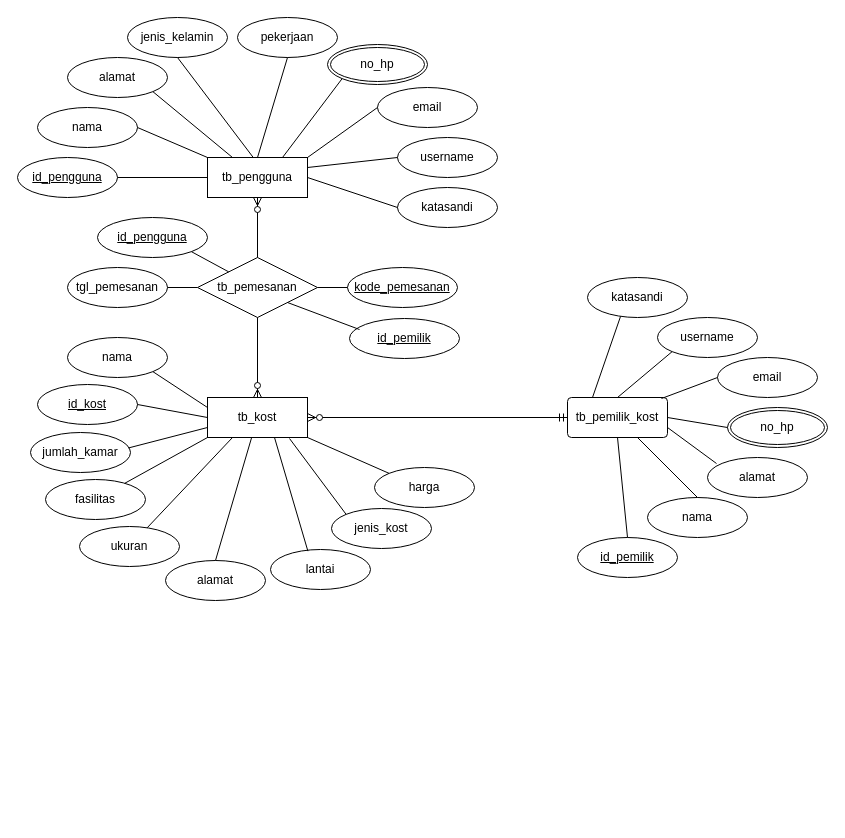
This is desain/erd brokost.drawio from fajar1976/brokost, a draw.io file, before an edit. Source tidied: cells renumbered, new cells numbered last; positions are measured from the earlier drawing's top-left corner, leaving out a move shared by most shapes. Both pictures are drawn from the tidied source at 100%, with x=0, y=0 at pixel (17, 17).
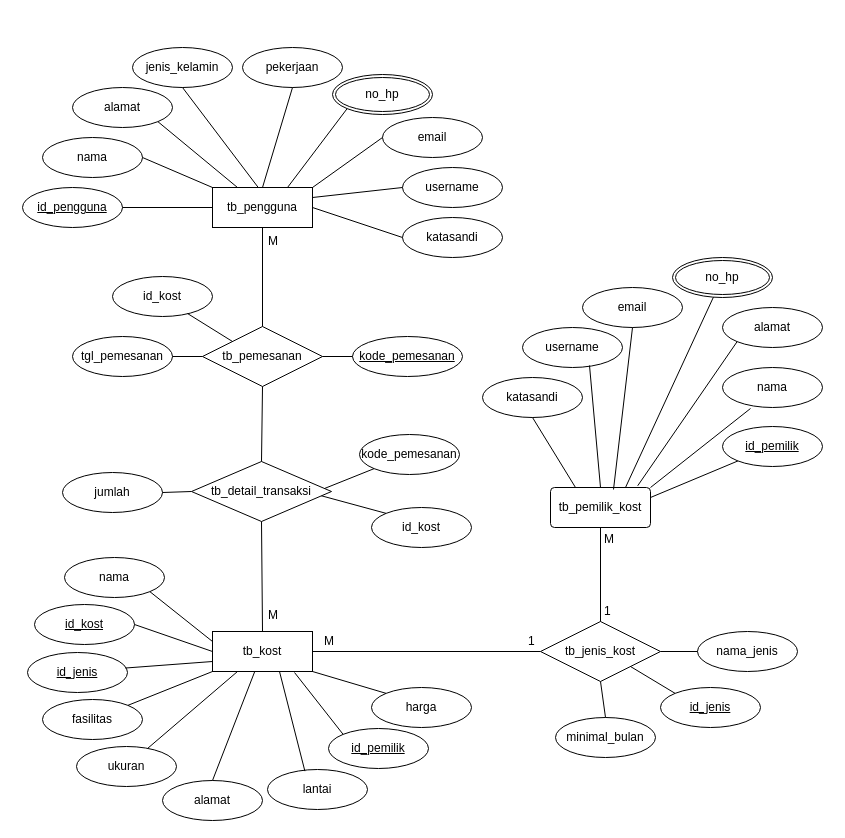
Above is the later version.

Commit message (it also covers changes not shown here):
pembuatan erd dan  tabel  02112022

The edit, as a diff of the source:
```diff
@@
     <mxCell id="2" value="tb_pengguna" style="whiteSpace=wrap;html=1;align=center;" parent="1" vertex="1">
-      <mxGeometry x="190" y="140" width="100" height="40" as="geometry" />
+      <mxGeometry x="195" y="170" width="100" height="40" as="geometry" />
     </mxCell>
     <mxCell id="3" value="&lt;u&gt;id_pengguna&lt;/u&gt;" style="ellipse;whiteSpace=wrap;html=1;align=center;" parent="1" vertex="1">
-      <mxGeometry y="140" width="100" height="40" as="geometry" />
+      <mxGeometry x="5" y="170" width="100" height="40" as="geometry" />
     </mxCell>
     <mxCell id="4" value="&lt;span&gt;nama&lt;/span&gt;" style="ellipse;whiteSpace=wrap;html=1;align=center;strokeColor=default;fontStyle=0;" parent="1" vertex="1">
-      <mxGeometry x="20" y="90" width="100" height="40" as="geometry" />
+      <mxGeometry x="25" y="120" width="100" height="40" as="geometry" />
     </mxCell>
     <mxCell id="5" value="&lt;span&gt;alamat&lt;/span&gt;" style="ellipse;whiteSpace=wrap;html=1;align=center;fontStyle=0;" parent="1" vertex="1">
-      <mxGeometry x="50" y="40" width="100" height="40" as="geometry" />
+      <mxGeometry x="55" y="70" width="100" height="40" as="geometry" />
     </mxCell>
     <mxCell id="6" value="&lt;span&gt;email&lt;/span&gt;" style="ellipse;whiteSpace=wrap;html=1;align=center;fontStyle=0;" parent="1" vertex="1">
-      <mxGeometry x="360" y="70" width="100" height="40" as="geometry" />
+      <mxGeometry x="365" y="100" width="100" height="40" as="geometry" />
     </mxCell>
     <mxCell id="7" value="no_hp" style="ellipse;shape=doubleEllipse;margin=3;whiteSpace=wrap;html=1;align=center;fontStyle=0;" parent="1" vertex="1">
-      <mxGeometry x="310" y="27" width="100" height="40" as="geometry" />
+      <mxGeometry x="315" y="57" width="100" height="40" as="geometry" />
     </mxCell>
     <mxCell id="8" value="&lt;span&gt;katasandi&lt;/span&gt;" style="ellipse;whiteSpace=wrap;html=1;align=center;fontStyle=0;" parent="1" vertex="1">
-      <mxGeometry x="380" y="170" width="100" height="40" as="geometry" />
+      <mxGeometry x="385" y="200" width="100" height="40" as="geometry" />
     </mxCell>
     <mxCell id="9" value="&lt;span&gt;username&lt;/span&gt;" style="ellipse;whiteSpace=wrap;html=1;align=center;fontStyle=0;" parent="1" vertex="1">
-      <mxGeometry x="380" y="120" width="100" height="40" as="geometry" />
+      <mxGeometry x="385" y="150" width="100" height="40" as="geometry" />
     </mxCell>
     <mxCell id="10" value="&lt;span&gt;pekerjaan&lt;/span&gt;" style="ellipse;whiteSpace=wrap;html=1;align=center;fontStyle=0;" parent="1" vertex="1">
-      <mxGeometry x="220" width="100" height="40" as="geometry" />
+      <mxGeometry x="225" y="30" width="100" height="40" as="geometry" />
     </mxCell>
     <mxCell id="11" value="&lt;span&gt;jenis_kelamin&lt;/span&gt;" style="ellipse;whiteSpace=wrap;html=1;align=center;fontStyle=0;" parent="1" vertex="1">
-      <mxGeometry x="110" width="100" height="40" as="geometry" />
+      <mxGeometry x="115" y="30" width="100" height="40" as="geometry" />
     </mxCell>
     <mxCell id="12" value="tb_pemesanan" style="shape=rhombus;perimeter=rhombusPerimeter;whiteSpace=wrap;html=1;align=center;strokeColor=default;" parent="1" vertex="1">
-      <mxGeometry x="180" y="240" width="120" height="60" as="geometry" />
+      <mxGeometry x="185" y="309" width="120" height="60" as="geometry" />
     </mxCell>
     <mxCell id="13" value="tb_kost" style="whiteSpace=wrap;html=1;align=center;strokeColor=default;" parent="1" vertex="1">
-      <mxGeometry x="190" y="380" width="100" height="40" as="geometry" />
+      <mxGeometry x="195" y="614" width="100" height="40" as="geometry" />
     </mxCell>
     <mxCell id="14" value="id_kost" style="ellipse;whiteSpace=wrap;html=1;align=center;strokeColor=default;fontStyle=4;" parent="1" vertex="1">
-      <mxGeometry x="20" y="367" width="100" height="40" as="geometry" />
+      <mxGeometry x="17" y="587" width="100" height="40" as="geometry" />
     </mxCell>
     <mxCell id="15" value="tb_pemilik_kost" style="rounded=1;arcSize=10;whiteSpace=wrap;html=1;align=center;strokeColor=default;" parent="1" vertex="1">
-      <mxGeometry x="550" y="380" width="100" height="40" as="geometry" />
+      <mxGeometry x="533" y="470" width="100" height="40" as="geometry" />
     </mxCell>
-    <mxCell id="16" value="jumlah_kamar" style="ellipse;whiteSpace=wrap;html=1;align=center;strokeColor=default;" parent="1" vertex="1">
-      <mxGeometry x="13" y="415" width="100" height="40" as="geometry" />
+    <mxCell id="16" value="id_jenis" style="ellipse;whiteSpace=wrap;html=1;align=center;strokeColor=default;fontStyle=4;" parent="1" vertex="1">
+      <mxGeometry x="10" y="635" width="100" height="40" as="geometry" />
     </mxCell>
     <mxCell id="17" value="fasilitas" style="ellipse;whiteSpace=wrap;html=1;align=center;strokeColor=default;" parent="1" vertex="1">
-      <mxGeometry x="28" y="462" width="100" height="40" as="geometry" />
+      <mxGeometry x="25" y="682" width="100" height="40" as="geometry" />
     </mxCell>
     <mxCell id="18" value="ukuran" style="ellipse;whiteSpace=wrap;html=1;align=center;strokeColor=default;" parent="1" vertex="1">
-      <mxGeometry x="62" y="509" width="100" height="40" as="geometry" />
+      <mxGeometry x="59" y="729" width="100" height="40" as="geometry" />
     </mxCell>
     <mxCell id="19" value="alamat" style="ellipse;whiteSpace=wrap;html=1;align=center;strokeColor=default;" parent="1" vertex="1">
-      <mxGeometry x="148" y="543" width="100" height="40" as="geometry" />
+      <mxGeometry x="145" y="763" width="100" height="40" as="geometry" />
     </mxCell>
     <mxCell id="20" value="kode_pemesanan" style="ellipse;whiteSpace=wrap;html=1;align=center;strokeColor=default;fontStyle=4;" parent="1" vertex="1">
-      <mxGeometry x="330" y="250" width="110" height="40" as="geometry" />
+      <mxGeometry x="335" y="319" width="110" height="40" as="geometry" />
     </mxCell>
     <mxCell id="21" value="tgl_pemesanan" style="ellipse;whiteSpace=wrap;html=1;align=center;strokeColor=default;" parent="1" vertex="1">
-      <mxGeometry x="50" y="250" width="100" height="40" as="geometry" />
+      <mxGeometry x="55" y="319" width="100" height="40" as="geometry" />
     </mxCell>
@@
     <mxCell id="23" style="endArrow=none;html=1;rounded=0;elbow=vertical;exitX=1;exitY=0.5;exitDx=0;exitDy=0;" parent="1" edge="1" source="4">
       <mxGeometry relative="1" as="geometry">
-        <mxPoint x="190" y="140" as="targetPoint" />
+        <mxPoint x="195" y="170" as="targetPoint" />
       </mxGeometry>
     </mxCell>
@@
     <mxCell id="28" style="endArrow=none;html=1;rounded=0;elbow=vertical;exitX=0;exitY=0.5;exitDx=0;exitDy=0;" parent="1" edge="1" source="6">
       <mxGeometry relative="1" as="geometry">
-        <mxPoint x="290" y="140" as="targetPoint" />
+        <mxPoint x="295" y="170" as="targetPoint" />
       </mxGeometry>
     </mxCell>
@@
     <mxCell id="38" value="lantai" style="ellipse;whiteSpace=wrap;html=1;align=center;strokeColor=default;" parent="1" vertex="1">
-      <mxGeometry x="253" y="532" width="100" height="40" as="geometry" />
+      <mxGeometry x="250" y="752" width="100" height="40" as="geometry" />
     </mxCell>
@@
     <mxCell id="40" value="harga" style="ellipse;whiteSpace=wrap;html=1;align=center;strokeColor=default;" parent="1" vertex="1">
-      <mxGeometry x="357" y="450" width="100" height="40" as="geometry" />
+      <mxGeometry x="354" y="670" width="100" height="40" as="geometry" />
     </mxCell>
@@
-    <mxCell id="42" value="jenis_kost" style="ellipse;whiteSpace=wrap;html=1;align=center;strokeColor=default;" parent="1" vertex="1">
-      <mxGeometry x="314" y="491" width="100" height="40" as="geometry" />
+    <mxCell id="42" value="id_pemilik" style="ellipse;whiteSpace=wrap;html=1;align=center;strokeColor=default;fontStyle=4;" parent="1" vertex="1">
+      <mxGeometry x="311" y="711" width="100" height="40" as="geometry" />
     </mxCell>
@@
-    <mxCell id="44" style="fontSize=12;html=1;endArrow=ERzeroToMany;endFill=1;rounded=0;elbow=vertical;entryX=0.5;entryY=0;entryDx=0;entryDy=0;exitX=0.5;exitY=1;exitDx=0;exitDy=0;" parent="1" edge="1" source="12" target="13">
-      <mxGeometry relative="1" as="geometry" />
-    </mxCell>
-    <mxCell id="45" style="fontSize=12;html=1;endArrow=ERzeroToMany;endFill=1;rounded=0;elbow=vertical;entryX=0.5;entryY=1;entryDx=0;entryDy=0;exitX=0.5;exitY=0;exitDx=0;exitDy=0;" parent="1" edge="1" source="12" target="2">
-      <mxGeometry relative="1" as="geometry" />
-    </mxCell>
-    <mxCell id="46" style="fontSize=12;html=1;endArrow=ERzeroToMany;startArrow=ERmandOne;rounded=0;elbow=vertical;entryX=1;entryY=0.5;entryDx=0;entryDy=0;exitX=0;exitY=0.5;exitDx=0;exitDy=0;" parent="1" edge="1" source="15" target="13">
-      <mxGeometry relative="1" as="geometry" />
-    </mxCell>
     <mxCell id="47" value="nama" style="ellipse;whiteSpace=wrap;html=1;align=center;strokeColor=default;" parent="1" vertex="1">
-      <mxGeometry x="630" y="480" width="100" height="40" as="geometry" />
+      <mxGeometry x="705" y="350" width="100" height="40" as="geometry" />
     </mxCell>
     <mxCell id="48" value="id_pemilik" style="ellipse;whiteSpace=wrap;html=1;align=center;fontStyle=4;strokeColor=default;" parent="1" vertex="1">
-      <mxGeometry x="560" y="520" width="100" height="40" as="geometry" />
+      <mxGeometry x="705" y="409" width="100" height="40" as="geometry" />
     </mxCell>
     <mxCell id="49" value="alamat" style="ellipse;whiteSpace=wrap;html=1;align=center;strokeColor=default;" parent="1" vertex="1">
-      <mxGeometry x="690" y="440" width="100" height="40" as="geometry" />
+      <mxGeometry x="705" y="290" width="100" height="40" as="geometry" />
     </mxCell>
     <mxCell id="50" value="email" style="ellipse;whiteSpace=wrap;html=1;align=center;strokeColor=default;" parent="1" vertex="1">
-      <mxGeometry x="700" y="340" width="100" height="40" as="geometry" />
+      <mxGeometry x="565" y="270" width="100" height="40" as="geometry" />
     </mxCell>
     <mxCell id="51" value="username" style="ellipse;whiteSpace=wrap;html=1;align=center;strokeColor=default;" parent="1" vertex="1">
-      <mxGeometry x="640" y="300" width="100" height="40" as="geometry" />
+      <mxGeometry x="505" y="310" width="100" height="40" as="geometry" />
     </mxCell>
     <mxCell id="52" value="katasandi" style="ellipse;whiteSpace=wrap;html=1;align=center;strokeColor=default;" parent="1" vertex="1">
-      <mxGeometry x="570" y="260" width="100" height="40" as="geometry" />
+      <mxGeometry x="465" y="360" width="100" height="40" as="geometry" />
     </mxCell>
     <mxCell id="53" value="no_hp" style="ellipse;shape=doubleEllipse;margin=3;whiteSpace=wrap;html=1;align=center;strokeColor=default;" parent="1" vertex="1">
-      <mxGeometry x="710" y="390" width="100" height="40" as="geometry" />
+      <mxGeometry x="655" y="240" width="100" height="40" as="geometry" />
     </mxCell>
-    <mxCell id="54" style="endArrow=none;html=1;rounded=0;elbow=vertical;exitX=0.25;exitY=0;exitDx=0;exitDy=0;entryX=0.33;entryY=0.975;entryDx=0;entryDy=0;entryPerimeter=0;" parent="1" edge="1" source="15" target="52">
+    <mxCell id="54" style="endArrow=none;html=1;rounded=0;elbow=vertical;exitX=0.25;exitY=0;exitDx=0;exitDy=0;entryX=0.5;entryY=1;entryDx=0;entryDy=0;" parent="1" edge="1" source="15" target="52">
       <mxGeometry relative="1" as="geometry" />
     </mxCell>
-    <mxCell id="55" style="endArrow=none;html=1;rounded=0;elbow=vertical;exitX=0.5;exitY=0;exitDx=0;exitDy=0;entryX=0;entryY=1;entryDx=0;entryDy=0;" parent="1" edge="1" source="15" target="51">
+    <mxCell id="55" style="endArrow=none;html=1;rounded=0;elbow=vertical;exitX=0.5;exitY=0;exitDx=0;exitDy=0;entryX=0.67;entryY=0.95;entryDx=0;entryDy=0;entryPerimeter=0;" parent="1" edge="1" source="15" target="51">
       <mxGeometry relative="1" as="geometry" />
     </mxCell>
-    <mxCell id="56" style="endArrow=none;html=1;rounded=0;elbow=vertical;entryX=0;entryY=0.5;entryDx=0;entryDy=0;exitX=0.94;exitY=0.025;exitDx=0;exitDy=0;exitPerimeter=0;" parent="1" edge="1" source="15" target="50">
+    <mxCell id="56" style="endArrow=none;html=1;rounded=0;elbow=vertical;entryX=0.5;entryY=1;entryDx=0;entryDy=0;exitX=0.63;exitY=0.05;exitDx=0;exitDy=0;exitPerimeter=0;" parent="1" edge="1" source="15" target="50">
       <mxGeometry relative="1" as="geometry" />
     </mxCell>
-    <mxCell id="57" style="endArrow=none;html=1;rounded=0;elbow=vertical;entryX=0;entryY=0.5;entryDx=0;entryDy=0;" parent="1" edge="1" target="53">
-      <mxGeometry relative="1" as="geometry">
-        <mxPoint x="650" y="400" as="sourcePoint" />
-      </mxGeometry>
+    <mxCell id="57" style="endArrow=none;html=1;rounded=0;elbow=vertical;exitX=0.75;exitY=0;exitDx=0;exitDy=0;" parent="1" edge="1" source="15" target="53">
+      <mxGeometry relative="1" as="geometry" />
     </mxCell>
-    <mxCell id="58" style="endArrow=none;html=1;rounded=0;elbow=vertical;entryX=0.09;entryY=0.15;entryDx=0;entryDy=0;entryPerimeter=0;exitX=1;exitY=0.75;exitDx=0;exitDy=0;" parent="1" edge="1" source="15" target="49">
+    <mxCell id="58" style="endArrow=none;html=1;rounded=0;elbow=vertical;entryX=0;entryY=1;entryDx=0;entryDy=0;exitX=0.872;exitY=-0.043;exitDx=0;exitDy=0;exitPerimeter=0;" parent="1" edge="1" source="15" target="49">
       <mxGeometry relative="1" as="geometry" />
     </mxCell>
-    <mxCell id="59" style="endArrow=none;html=1;rounded=0;elbow=vertical;entryX=0.5;entryY=0;entryDx=0;entryDy=0;" parent="1" edge="1" source="15" target="47">
+    <mxCell id="59" style="endArrow=none;html=1;rounded=0;elbow=vertical;entryX=0.28;entryY=1.025;entryDx=0;entryDy=0;entryPerimeter=0;exitX=1;exitY=0;exitDx=0;exitDy=0;" parent="1" edge="1" source="15" target="47">
       <mxGeometry relative="1" as="geometry" />
     </mxCell>
-    <mxCell id="60" style="endArrow=none;html=1;rounded=0;elbow=vertical;entryX=0.5;entryY=0;entryDx=0;entryDy=0;exitX=0.5;exitY=1;exitDx=0;exitDy=0;" parent="1" edge="1" source="15" target="48">
+    <mxCell id="60" style="endArrow=none;html=1;rounded=0;elbow=vertical;exitX=1;exitY=0.25;exitDx=0;exitDy=0;" parent="1" edge="1" source="15" target="48">
       <mxGeometry relative="1" as="geometry" />
     </mxCell>
     <mxCell id="61" value="nama" style="ellipse;whiteSpace=wrap;html=1;align=center;strokeColor=default;" parent="1" vertex="1">
-      <mxGeometry x="50" y="320" width="100" height="40" as="geometry" />
+      <mxGeometry x="47" y="540" width="100" height="40" as="geometry" />
     </mxCell>
@@
-    <mxCell id="63" value="id_pengguna" style="ellipse;whiteSpace=wrap;html=1;align=center;strokeColor=default;fontStyle=4;" parent="1" vertex="1">
-      <mxGeometry x="80" y="200" width="110" height="40" as="geometry" />
-    </mxCell>
-    <mxCell id="64" value="id_pemilik" style="ellipse;whiteSpace=wrap;html=1;align=center;strokeColor=default;fontStyle=4;" parent="1" vertex="1">
-      <mxGeometry x="332" y="301" width="110" height="40" as="geometry" />
-    </mxCell>
-    <mxCell id="65" style="endArrow=none;html=1;rounded=0;elbow=vertical;exitX=1;exitY=1;exitDx=0;exitDy=0;" parent="1" edge="1" source="63" target="12">
-      <mxGeometry relative="1" as="geometry" />
-    </mxCell>
-    <mxCell id="66" style="endArrow=none;html=1;rounded=0;elbow=vertical;exitX=1;exitY=1;exitDx=0;exitDy=0;entryX=0.091;entryY=0.275;entryDx=0;entryDy=0;entryPerimeter=0;" parent="1" edge="1" source="12" target="64">
-      <mxGeometry relative="1" as="geometry" />
-    </mxCell>
+    <mxCell id="67" value="id_jenis" style="ellipse;whiteSpace=wrap;html=1;align=center;fontStyle=4;" parent="1" vertex="1">
+      <mxGeometry x="643" y="670" width="100" height="40" as="geometry" />
+    </mxCell>
+    <mxCell id="68" value="nama_jenis" style="ellipse;whiteSpace=wrap;html=1;align=center;" parent="1" vertex="1">
+      <mxGeometry x="680" y="614" width="100" height="40" as="geometry" />
+    </mxCell>
+    <mxCell id="69" style="endArrow=none;html=1;rounded=0;elbow=vertical;entryX=1;entryY=1;entryDx=0;entryDy=0;exitX=0;exitY=0;exitDx=0;exitDy=0;" parent="1" edge="1" source="67" target="84">
+      <mxGeometry relative="1" as="geometry" />
+    </mxCell>
+    <mxCell id="70" style="endArrow=none;html=1;rounded=0;elbow=vertical;entryX=1;entryY=0.5;entryDx=0;entryDy=0;exitX=0;exitY=0.5;exitDx=0;exitDy=0;" parent="1" edge="1" source="68" target="84">
+      <mxGeometry relative="1" as="geometry" />
+    </mxCell>
+    <mxCell id="71" value="id_kost" style="ellipse;whiteSpace=wrap;html=1;align=center;strokeColor=default;" parent="1" vertex="1">
+      <mxGeometry x="95" y="259" width="100" height="40" as="geometry" />
+    </mxCell>
+    <mxCell id="72" style="endArrow=none;html=1;rounded=0;elbow=vertical;entryX=0;entryY=0;entryDx=0;entryDy=0;exitX=0.75;exitY=0.925;exitDx=0;exitDy=0;exitPerimeter=0;" parent="1" edge="1" source="71" target="12">
+      <mxGeometry relative="1" as="geometry" />
+    </mxCell>
+    <mxCell id="73" value="kode_pemesanan" style="ellipse;whiteSpace=wrap;html=1;align=center;" parent="1" vertex="1">
+      <mxGeometry x="342" y="417" width="100" height="40" as="geometry" />
+    </mxCell>
+    <mxCell id="74" value="id_kost" style="ellipse;whiteSpace=wrap;html=1;align=center;" parent="1" vertex="1">
+      <mxGeometry x="354" y="490" width="100" height="40" as="geometry" />
+    </mxCell>
+    <mxCell id="75" value="jumlah" style="ellipse;whiteSpace=wrap;html=1;align=center;" parent="1" vertex="1">
+      <mxGeometry x="45" y="455" width="100" height="40" as="geometry" />
+    </mxCell>
+    <mxCell id="76" style="endArrow=none;html=1;rounded=0;exitX=1;exitY=0.5;exitDx=0;exitDy=0;entryX=0;entryY=0.5;entryDx=0;entryDy=0;" parent="1" edge="1" source="75" target="79">
+      <mxGeometry relative="1" as="geometry" />
+    </mxCell>
+    <mxCell id="77" style="endArrow=none;html=1;rounded=0;exitX=0.95;exitY=0.45;exitDx=0;exitDy=0;entryX=0;entryY=1;entryDx=0;entryDy=0;exitPerimeter=0;" parent="1" edge="1" source="79" target="73">
+      <mxGeometry relative="1" as="geometry" />
+    </mxCell>
+    <mxCell id="78" style="endArrow=none;html=1;rounded=0;exitX=0.921;exitY=0.567;exitDx=0;exitDy=0;entryX=0;entryY=0;entryDx=0;entryDy=0;exitPerimeter=0;" parent="1" edge="1" source="79" target="74">
+      <mxGeometry relative="1" as="geometry" />
+    </mxCell>
+    <mxCell id="79" value="tb_detail_transaksi" style="shape=rhombus;perimeter=rhombusPerimeter;whiteSpace=wrap;html=1;align=center;" parent="1" vertex="1">
+      <mxGeometry x="174" y="444" width="140" height="60" as="geometry" />
+    </mxCell>
+    <mxCell id="45" style="endArrow=none;html=1;rounded=0;entryX=0.5;entryY=1;entryDx=0;entryDy=0;exitX=0.5;exitY=0;exitDx=0;exitDy=0;" parent="1" edge="1" source="12" target="2">
+      <mxGeometry relative="1" as="geometry" />
+    </mxCell>
+    <mxCell id="80" value="M" style="text;strokeColor=none;fillColor=none;spacingLeft=4;spacingRight=4;overflow=hidden;fontSize=12;" parent="1" vertex="1">
+      <mxGeometry x="245" y="210" width="40" height="30" as="geometry" />
+    </mxCell>
+    <mxCell id="81" style="endArrow=none;html=1;rounded=0;entryX=0.5;entryY=0;entryDx=0;entryDy=0;exitX=0.5;exitY=1;exitDx=0;exitDy=0;" parent="1" edge="1" source="12" target="79">
+      <mxGeometry relative="1" as="geometry" />
+    </mxCell>
+    <mxCell id="82" style="endArrow=none;html=1;rounded=0;exitX=0.5;exitY=1;exitDx=0;exitDy=0;entryX=0.5;entryY=0;entryDx=0;entryDy=0;" parent="1" edge="1" source="79" target="13">
+      <mxGeometry relative="1" as="geometry" />
+    </mxCell>
+    <mxCell id="83" value="M" style="text;strokeColor=none;fillColor=none;spacingLeft=4;spacingRight=4;overflow=hidden;fontSize=12;" parent="1" vertex="1">
+      <mxGeometry x="245" y="584" width="40" height="30" as="geometry" />
+    </mxCell>
+    <mxCell id="84" value="tb_jenis_kost" style="shape=rhombus;perimeter=rhombusPerimeter;whiteSpace=wrap;html=1;align=center;" parent="1" vertex="1">
+      <mxGeometry x="523" y="604" width="120" height="60" as="geometry" />
+    </mxCell>
+    <mxCell id="85" style="endArrow=none;html=1;rounded=0;exitX=1;exitY=0.5;exitDx=0;exitDy=0;entryX=0;entryY=0.5;entryDx=0;entryDy=0;" parent="1" edge="1" source="13" target="84">
+      <mxGeometry relative="1" as="geometry" />
+    </mxCell>
+    <mxCell id="86" style="endArrow=none;html=1;rounded=0;entryX=0.5;entryY=1;entryDx=0;entryDy=0;exitX=0.5;exitY=0;exitDx=0;exitDy=0;" parent="1" edge="1" source="84" target="15">
+      <mxGeometry relative="1" as="geometry" />
+    </mxCell>
+    <mxCell id="87" value="M" style="text;strokeColor=none;fillColor=none;spacingLeft=4;spacingRight=4;overflow=hidden;fontSize=12;" parent="1" vertex="1">
+      <mxGeometry x="581" y="508" width="40" height="30" as="geometry" />
+    </mxCell>
+    <mxCell id="88" value="1" style="text;strokeColor=none;fillColor=none;spacingLeft=4;spacingRight=4;overflow=hidden;fontSize=12;" parent="1" vertex="1">
+      <mxGeometry x="581" y="580" width="40" height="30" as="geometry" />
+    </mxCell>
+    <mxCell id="89" value="1" style="text;strokeColor=none;fillColor=none;spacingLeft=4;spacingRight=4;overflow=hidden;fontSize=12;" parent="1" vertex="1">
+      <mxGeometry x="505" y="610" width="40" height="30" as="geometry" />
+    </mxCell>
+    <mxCell id="90" value="M" style="text;strokeColor=none;fillColor=none;spacingLeft=4;spacingRight=4;overflow=hidden;fontSize=12;" parent="1" vertex="1">
+      <mxGeometry x="301" y="610" width="40" height="30" as="geometry" />
+    </mxCell>
+    <mxCell id="91" value="minimal_bulan" style="ellipse;whiteSpace=wrap;html=1;align=center;" parent="1" vertex="1">
+      <mxGeometry x="538" y="700" width="100" height="40" as="geometry" />
+    </mxCell>
+    <mxCell id="92" style="endArrow=none;html=1;rounded=0;elbow=vertical;exitX=0.5;exitY=0;exitDx=0;exitDy=0;entryX=0.5;entryY=1;entryDx=0;entryDy=0;" parent="1" edge="1" source="91" target="84">
+      <mxGeometry relative="1" as="geometry" />
+    </mxCell>
```
